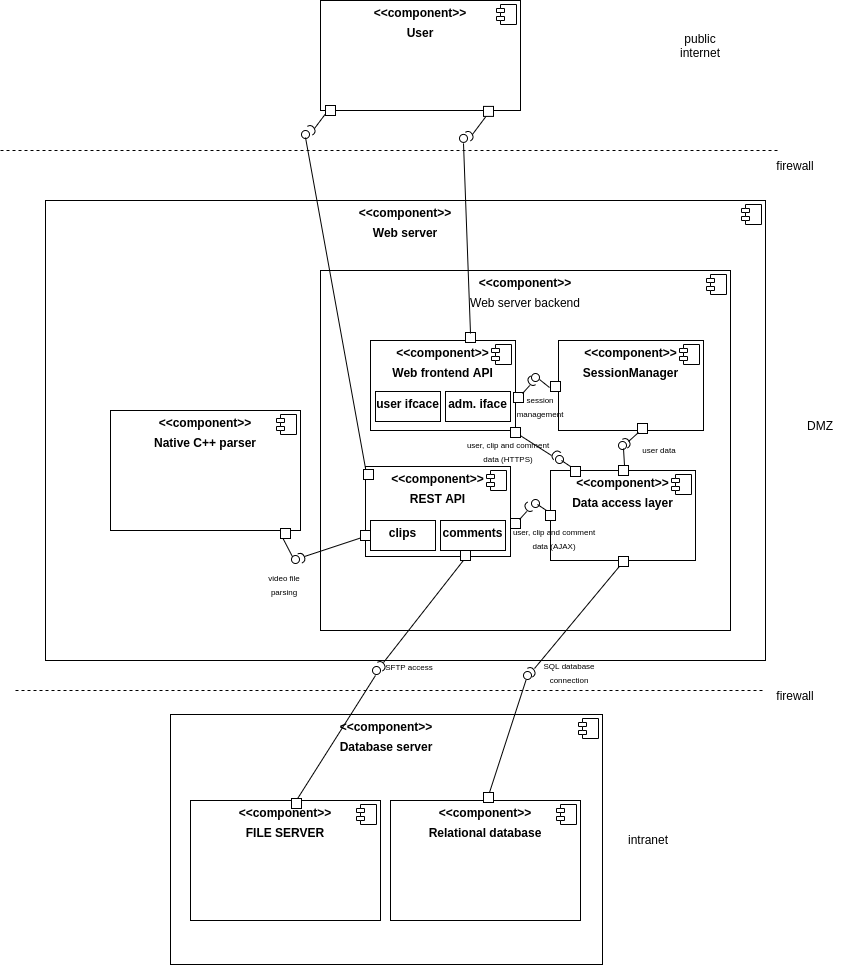
Before: diagrams/component/backend.drawio.png, a diagram exported from draw.io (T-bond/secure-webapp-2021). Source tidied: cells renumbered, new cells last; positions are measured from the earlier drawing's top-left corner, leaving out a move shared by most shapes.
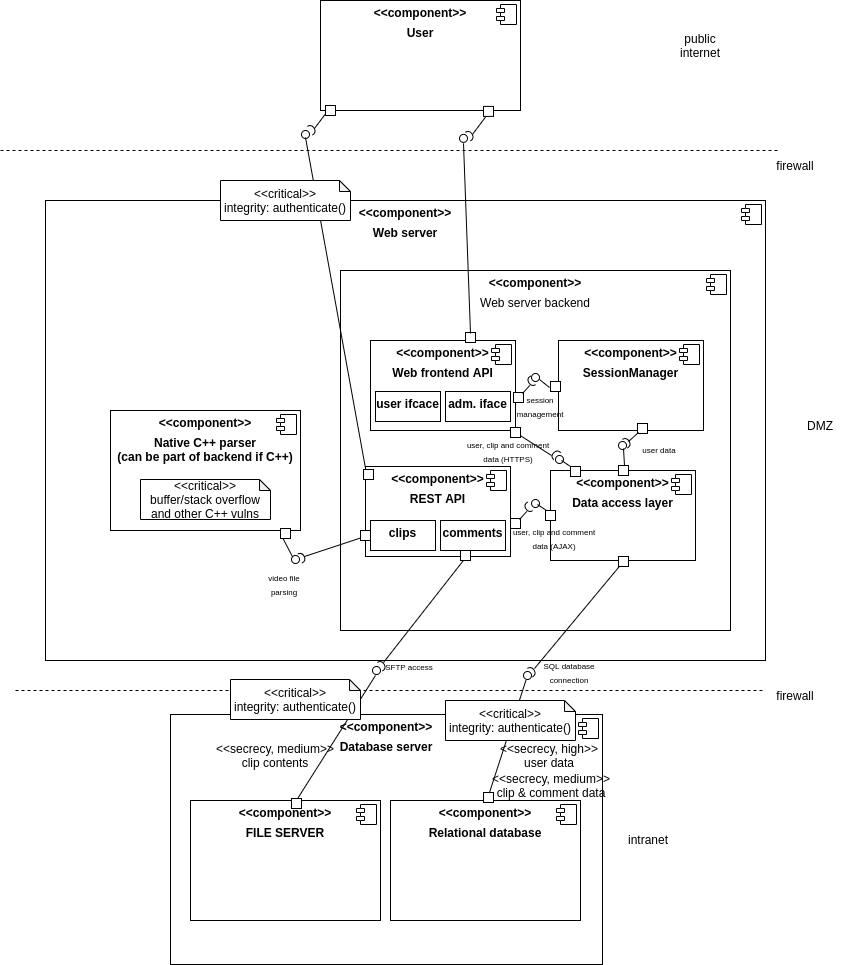
The same file after the commit.

Commit message:
add UMLsec documentation to the component design document

Change to the diagram source:
```diff
@@ -10,7 +10,7 @@
         <mxPoint x="-24" y="4" as="offset" />
       </mxGeometry>
     </mxCell>
-    <mxCell id="4" value="&lt;p style=&quot;margin: 0px ; margin-top: 6px ; text-align: center&quot;&gt;&lt;b&gt;&amp;lt;&amp;lt;component&amp;gt;&amp;gt;&lt;/b&gt;&lt;/p&gt;&lt;p style=&quot;margin: 0px ; margin-top: 6px ; text-align: center&quot;&gt;&lt;b&gt;Native C++ parser&lt;/b&gt;&lt;/p&gt;" style="align=left;overflow=fill;html=1;" parent="1" vertex="1">
+    <mxCell id="4" value="&lt;p style=&quot;margin: 0px ; margin-top: 6px ; text-align: center&quot;&gt;&lt;b&gt;&amp;lt;&amp;lt;component&amp;gt;&amp;gt;&lt;/b&gt;&lt;/p&gt;&lt;p style=&quot;margin: 0px ; margin-top: 6px ; text-align: center&quot;&gt;&lt;b&gt;Native C++ parser&lt;br&gt;(can be part of backend if C++)&lt;br&gt;&lt;/b&gt;&lt;/p&gt;" style="align=left;overflow=fill;html=1;" parent="1" vertex="1">
       <mxGeometry x="110" y="410" width="190" height="120" as="geometry" />
     </mxCell>
     <mxCell id="5" style="shape=component;jettyWidth=8;jettyHeight=4;" parent="4" vertex="1">
@@ -19,7 +19,7 @@
       </mxGeometry>
     </mxCell>
     <mxCell id="6" value="&lt;p style=&quot;margin: 0px ; margin-top: 6px ; text-align: center&quot;&gt;&lt;b&gt;&amp;lt;&amp;lt;component&amp;gt;&amp;gt;&lt;/b&gt;&lt;/p&gt;&lt;p style=&quot;margin: 0px ; margin-top: 6px ; text-align: center&quot;&gt;Web server backend&lt;/p&gt;" style="align=left;overflow=fill;html=1;" parent="1" vertex="1">
-      <mxGeometry x="320" y="270" width="410" height="360" as="geometry" />
+      <mxGeometry x="340" y="270" width="390" height="360" as="geometry" />
     </mxCell>
     <mxCell id="7" style="shape=component;jettyWidth=8;jettyHeight=4;" parent="6" vertex="1">
       <mxGeometry x="1" width="20" height="20" relative="1" as="geometry">
@@ -365,5 +365,26 @@
     <mxCell id="96" value="&lt;span style=&quot;font-size: 8px&quot;&gt;user, clip and comment data (HTTPS)&lt;/span&gt;" style="text;html=1;strokeColor=none;fillColor=none;align=center;verticalAlign=middle;whiteSpace=wrap;rounded=0;" parent="1" vertex="1">
       <mxGeometry x="462.5" y="435" width="90" height="30" as="geometry" />
     </mxCell>
+    <mxCell id="97" value="&amp;lt;&amp;lt;critical&amp;gt;&amp;gt;&lt;br&gt;integrity: authenticate()" style="shape=note;whiteSpace=wrap;html=1;backgroundOutline=1;darkOpacity=0.05;size=11;" parent="1" vertex="1">
+      <mxGeometry x="220" y="180" width="130" height="40" as="geometry" />
+    </mxCell>
+    <mxCell id="98" value="&amp;lt;&amp;lt;critical&amp;gt;&amp;gt;&lt;br&gt;integrity: authenticate()" style="shape=note;whiteSpace=wrap;html=1;backgroundOutline=1;darkOpacity=0.05;size=11;" parent="1" vertex="1">
+      <mxGeometry x="230" y="679" width="130" height="40" as="geometry" />
+    </mxCell>
+    <mxCell id="99" value="&amp;lt;&amp;lt;critical&amp;gt;&amp;gt;&lt;br&gt;integrity: authenticate()" style="shape=note;whiteSpace=wrap;html=1;backgroundOutline=1;darkOpacity=0.05;size=11;" parent="1" vertex="1">
+      <mxGeometry x="445" y="700" width="130" height="40" as="geometry" />
+    </mxCell>
+    <mxCell id="100" value="&amp;lt;&amp;lt;secrecy, high&amp;gt;&amp;gt;&lt;br&gt;user data&lt;br&gt;" style="text;html=1;strokeColor=none;fillColor=none;align=center;verticalAlign=middle;whiteSpace=wrap;rounded=0;" parent="1" vertex="1">
+      <mxGeometry x="474" y="740" width="150" height="30" as="geometry" />
+    </mxCell>
+    <mxCell id="101" value="&amp;lt;&amp;lt;secrecy, medium&amp;gt;&amp;gt;&lt;br&gt;clip &amp;amp; comment data" style="text;html=1;strokeColor=none;fillColor=none;align=center;verticalAlign=middle;whiteSpace=wrap;rounded=0;" parent="1" vertex="1">
+      <mxGeometry x="476" y="770" width="150" height="30" as="geometry" />
+    </mxCell>
+    <mxCell id="102" value="&amp;lt;&amp;lt;secrecy, medium&amp;gt;&amp;gt;&lt;br&gt;clip contents" style="text;html=1;strokeColor=none;fillColor=none;align=center;verticalAlign=middle;whiteSpace=wrap;rounded=0;" parent="1" vertex="1">
+      <mxGeometry x="200" y="740" width="150" height="30" as="geometry" />
+    </mxCell>
+    <mxCell id="103" value="&amp;lt;&amp;lt;critical&amp;gt;&amp;gt;&lt;br&gt;buffer/stack overflow and other C++ vulns" style="shape=note;whiteSpace=wrap;html=1;backgroundOutline=1;darkOpacity=0.05;size=11;" parent="1" vertex="1">
+      <mxGeometry x="140" y="479" width="130" height="40" as="geometry" />
+    </mxCell>
   </root>
 </mxGraphModel>
```
